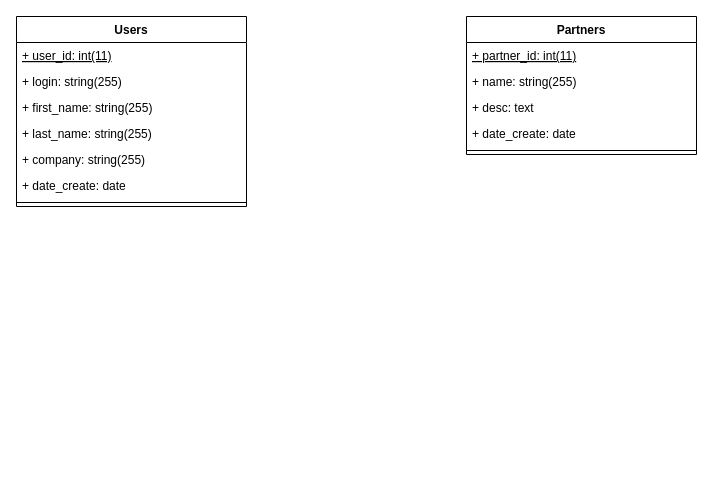
ludon89/projet-gmae keeps this draw.io diagram as page "diagrammes de classe" (1 of 2) of diagrammes-uml.drawio. Above is the earlier version. Source tidied: cells renumbered, new cells numbered last; positions are measured from the earlier drawing's top-left corner, leaving out a move shared by most shapes. Both pictures are drawn from the tidied source at 100%, with x=0, y=0 at pixel (16, 16).
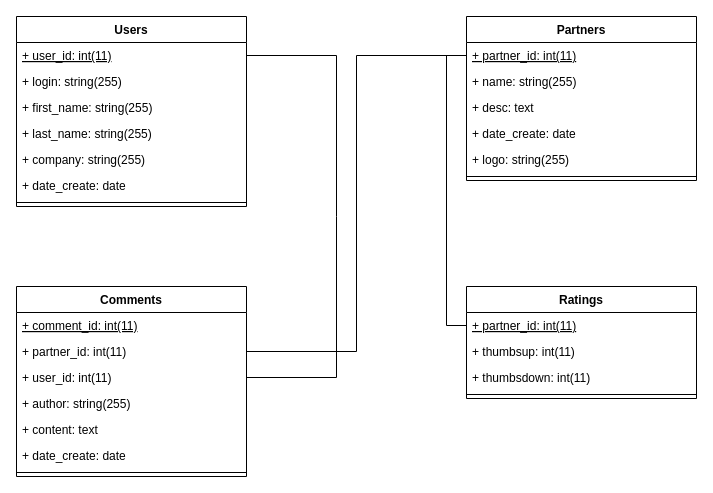
Above is the later version.

Commit message:
structure bdd

Unchanged cells that the change refers to:
```xml
<mxCell id="3" value="+ user_id: int(11)" style="text;strokeColor=none;fillColor=none;align=left;verticalAlign=top;spacingLeft=4;spacingRight=4;overflow=hidden;points=[[0,0.5],[1,0.5]];portConstraint=eastwest;fontStyle=4;" parent="2" vertex="1">
  <mxGeometry y="26" width="230" height="26" as="geometry" />
</mxCell>
<mxCell id="11" value="+ partner_id: int(11)" style="text;strokeColor=none;fillColor=none;align=left;verticalAlign=top;spacingLeft=4;spacingRight=4;overflow=hidden;points=[[0,0.5],[1,0.5]];portConstraint=eastwest;fontStyle=4;" parent="10" vertex="1">
  <mxGeometry y="26" width="230" height="26" as="geometry" />
</mxCell>
```

Diff of the diagram source:
```diff
@@
     <mxCell id="10" value="Partners" style="swimlane;fontStyle=1;align=center;verticalAlign=top;horizontal=1;startSize=26;" parent="1" vertex="1">
-      <mxGeometry x="450" width="230" height="138" as="geometry" />
+      <mxGeometry x="450" width="230" height="164" as="geometry" />
     </mxCell>
@@
+    <mxCell id="16" value="+ logo: string(255)" style="text;strokeColor=none;fillColor=none;align=left;verticalAlign=top;spacingLeft=4;spacingRight=4;overflow=hidden;" parent="10" vertex="1">
+      <mxGeometry y="130" width="230" height="26" as="geometry" />
+    </mxCell>
     <mxCell id="15" style="line;strokeWidth=1;fillColor=none;align=left;verticalAlign=middle;spacingTop=-1;spacingLeft=3;spacingRight=3;labelPosition=right;strokeColor=inherit;" parent="10" vertex="1">
-      <mxGeometry y="130" width="230" height="8" as="geometry" />
+      <mxGeometry y="156" width="230" height="8" as="geometry" />
     </mxCell>
+    <mxCell id="17" value="Comments" style="swimlane;fontStyle=1;align=center;verticalAlign=top;horizontal=1;startSize=26;" parent="1" vertex="1">
+      <mxGeometry y="270" width="230" height="190" as="geometry" />
+    </mxCell>
+    <mxCell id="18" value="+ comment_id: int(11)" style="text;strokeColor=none;fillColor=none;align=left;verticalAlign=top;spacingLeft=4;spacingRight=4;overflow=hidden;fontStyle=4;" parent="17" vertex="1">
+      <mxGeometry y="26" width="230" height="26" as="geometry" />
+    </mxCell>
+    <mxCell id="19" value="+ partner_id: int(11)" style="text;strokeColor=none;fillColor=none;align=left;verticalAlign=top;spacingLeft=4;spacingRight=4;overflow=hidden;points=[[0,0.5],[1,0.5]];portConstraint=eastwest;" parent="17" vertex="1">
+      <mxGeometry y="52" width="230" height="26" as="geometry" />
+    </mxCell>
+    <mxCell id="20" value="+ user_id: int(11)" style="text;strokeColor=none;fillColor=none;align=left;verticalAlign=top;spacingLeft=4;spacingRight=4;overflow=hidden;points=[[0,0.5],[1,0.5]];portConstraint=eastwest;" parent="17" vertex="1">
+      <mxGeometry y="78" width="230" height="26" as="geometry" />
+    </mxCell>
+    <mxCell id="21" value="+ author: string(255)" style="text;strokeColor=none;fillColor=none;align=left;verticalAlign=top;spacingLeft=4;spacingRight=4;overflow=hidden;" parent="17" vertex="1">
+      <mxGeometry y="104" width="230" height="26" as="geometry" />
+    </mxCell>
+    <mxCell id="22" value="+ content: text" style="text;strokeColor=none;fillColor=none;align=left;verticalAlign=top;spacingLeft=4;spacingRight=4;overflow=hidden;" parent="17" vertex="1">
+      <mxGeometry y="130" width="230" height="26" as="geometry" />
+    </mxCell>
+    <mxCell id="23" value="+ date_create: date" style="text;strokeColor=none;fillColor=none;align=left;verticalAlign=top;spacingLeft=4;spacingRight=4;overflow=hidden;" parent="17" vertex="1">
+      <mxGeometry y="156" width="230" height="26" as="geometry" />
+    </mxCell>
+    <mxCell id="24" style="line;strokeWidth=1;fillColor=none;align=left;verticalAlign=middle;spacingTop=-1;spacingLeft=3;spacingRight=3;labelPosition=right;strokeColor=inherit;" parent="17" vertex="1">
+      <mxGeometry y="182" width="230" height="8" as="geometry" />
+    </mxCell>
+    <mxCell id="25" value="Ratings" style="swimlane;fontStyle=1;align=center;verticalAlign=top;horizontal=1;startSize=26;" parent="1" vertex="1">
+      <mxGeometry x="450" y="270" width="230" height="112" as="geometry" />
+    </mxCell>
+    <mxCell id="26" value="+ partner_id: int(11)" style="text;strokeColor=none;fillColor=none;align=left;verticalAlign=top;spacingLeft=4;spacingRight=4;overflow=hidden;points=[[0,0.5],[1,0.5]];portConstraint=eastwest;fontStyle=4;" parent="25" vertex="1">
+      <mxGeometry y="26" width="230" height="26" as="geometry" />
+    </mxCell>
+    <mxCell id="27" value="+ thumbsup: int(11)" style="text;strokeColor=none;fillColor=none;align=left;verticalAlign=top;spacingLeft=4;spacingRight=4;overflow=hidden;" parent="25" vertex="1">
+      <mxGeometry y="52" width="230" height="26" as="geometry" />
+    </mxCell>
+    <mxCell id="28" value="+ thumbsdown: int(11)" style="text;strokeColor=none;fillColor=none;align=left;verticalAlign=top;spacingLeft=4;spacingRight=4;overflow=hidden;" parent="25" vertex="1">
+      <mxGeometry y="78" width="230" height="26" as="geometry" />
+    </mxCell>
+    <mxCell id="29" style="line;strokeWidth=1;fillColor=none;align=left;verticalAlign=middle;spacingTop=-1;spacingLeft=3;spacingRight=3;labelPosition=right;strokeColor=inherit;" parent="25" vertex="1">
+      <mxGeometry y="104" width="230" height="8" as="geometry" />
+    </mxCell>
+    <mxCell id="30" style="endArrow=none;html=1;rounded=0;exitX=1;exitY=0.5;exitDx=0;exitDy=0;entryX=1;entryY=0.5;entryDx=0;entryDy=0;" parent="1" edge="1" source="3" target="20">
+      <mxGeometry relative="1" as="geometry">
+        <Array as="points">
+          <mxPoint x="320" y="39" />
+          <mxPoint x="320" y="200" />
+          <mxPoint x="320" y="361" />
+        </Array>
+      </mxGeometry>
+    </mxCell>
+    <mxCell id="31" style="edgeStyle=orthogonalEdgeStyle;rounded=0;jettySize=auto;html=1;exitX=0;exitY=0.5;exitDx=0;exitDy=0;entryX=1;entryY=0.5;entryDx=0;entryDy=0;endArrow=none;endFill=0;" parent="1" edge="1" source="11" target="19">
+      <mxGeometry relative="1" as="geometry" />
+    </mxCell>
+    <mxCell id="32" style="edgeStyle=orthogonalEdgeStyle;rounded=0;jettySize=auto;html=1;exitX=0;exitY=0.5;exitDx=0;exitDy=0;entryX=0;entryY=0.5;entryDx=0;entryDy=0;endArrow=none;endFill=0;" parent="1" edge="1" source="26" target="11">
+      <mxGeometry relative="1" as="geometry" />
+    </mxCell>
```
